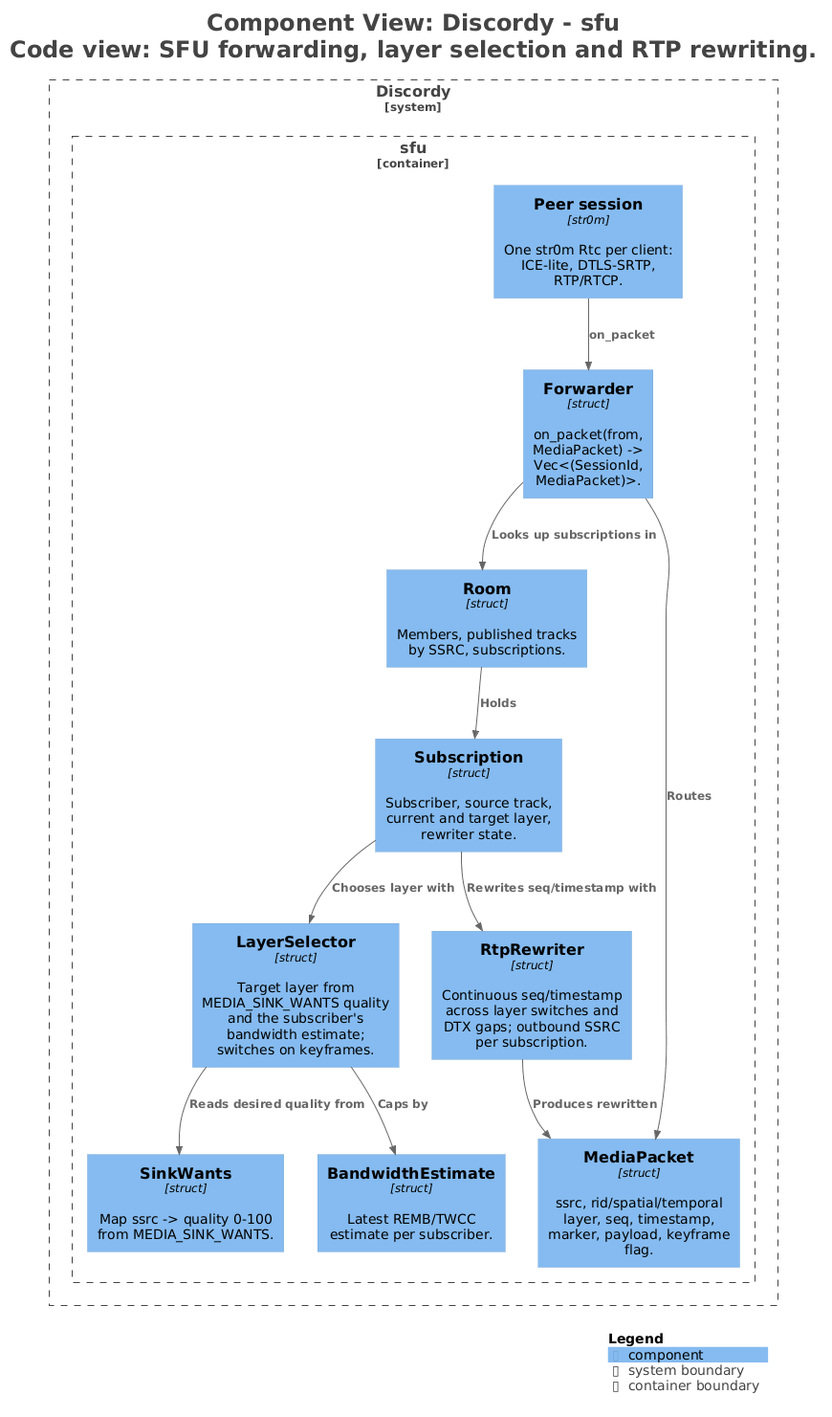
The PlantUML diagram c4/rendered/structurizr-C4-SfuForwarder.png in voics-app/docs, before a commit.
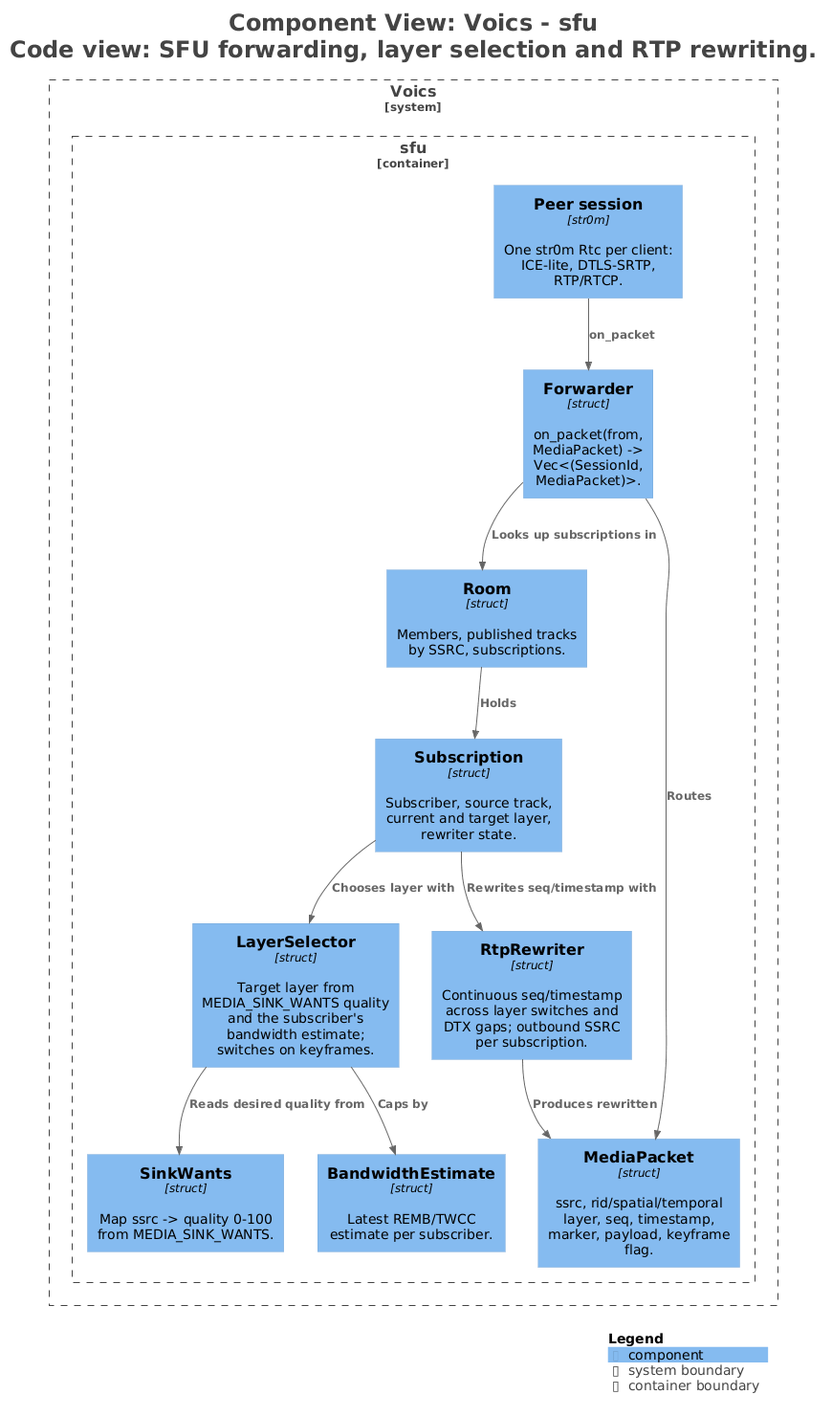
The same diagram one commit later.

The edit, as a diff of the source:
```diff
@@ -1,5 +1,5 @@
 @startuml
-title <size:24>Component View: Discordy - sfu</size>\n<size:24>Code view: SFU forwarding, layer selection and RTP rewriting.</size>
+title <size:24>Component View: Voics - sfu</size>\n<size:24>Code view: SFU forwarding, layer selection and RTP rewriting.</size>
 
 set separator none
 top to bottom direction
@@ -15,30 +15,30 @@
 !include <C4/C4_Context>
 !include <C4/C4_Component>
 
-System_Boundary("Discordy_boundary", "Discordy", $tags="") {
-  Container_Boundary("Discordy.sfu_boundary", "sfu", $tags="") {
-    Component(Discordy.sfu.Peersession, "Peer session", $techn="str0m", $descr="One str0m Rtc per client: ICE-lite, DTLS-SRTP, RTP/RTCP.", $tags="", $link="")
-    Component(Discordy.sfu.Forwarder, "Forwarder", $techn="struct", $descr="on_packet(from, MediaPacket) -> Vec<(SessionId, MediaPacket)>.", $tags="", $link="")
-    Component(Discordy.sfu.Room, "Room", $techn="struct", $descr="Members, published tracks by SSRC, subscriptions.", $tags="", $link="")
-    Component(Discordy.sfu.MediaPacket, "MediaPacket", $techn="struct", $descr="ssrc, rid/spatial/temporal layer, seq, timestamp, marker, payload, keyframe flag.", $tags="", $link="")
-    Component(Discordy.sfu.Subscription, "Subscription", $techn="struct", $descr="Subscriber, source track, current and target layer, rewriter state.", $tags="", $link="")
-    Component(Discordy.sfu.LayerSelector, "LayerSelector", $techn="struct", $descr="Target layer from MEDIA_SINK_WANTS quality and the subscriber's bandwidth estimate; switches on keyframes.", $tags="", $link="")
-    Component(Discordy.sfu.SinkWants, "SinkWants", $techn="struct", $descr="Map ssrc -> quality 0-100 from MEDIA_SINK_WANTS.", $tags="", $link="")
-    Component(Discordy.sfu.BandwidthEstimate, "BandwidthEstimate", $techn="struct", $descr="Latest REMB/TWCC estimate per subscriber.", $tags="", $link="")
-    Component(Discordy.sfu.RtpRewriter, "RtpRewriter", $techn="struct", $descr="Continuous seq/timestamp across layer switches and DTX gaps; outbound SSRC per subscription.", $tags="", $link="")
+System_Boundary("Voics_boundary", "Voics", $tags="") {
+  Container_Boundary("Voics.sfu_boundary", "sfu", $tags="") {
+    Component(Voics.sfu.Peersession, "Peer session", $techn="str0m", $descr="One str0m Rtc per client: ICE-lite, DTLS-SRTP, RTP/RTCP.", $tags="", $link="")
+    Component(Voics.sfu.Forwarder, "Forwarder", $techn="struct", $descr="on_packet(from, MediaPacket) -> Vec<(SessionId, MediaPacket)>.", $tags="", $link="")
+    Component(Voics.sfu.Room, "Room", $techn="struct", $descr="Members, published tracks by SSRC, subscriptions.", $tags="", $link="")
+    Component(Voics.sfu.MediaPacket, "MediaPacket", $techn="struct", $descr="ssrc, rid/spatial/temporal layer, seq, timestamp, marker, payload, keyframe flag.", $tags="", $link="")
+    Component(Voics.sfu.Subscription, "Subscription", $techn="struct", $descr="Subscriber, source track, current and target layer, rewriter state.", $tags="", $link="")
+    Component(Voics.sfu.LayerSelector, "LayerSelector", $techn="struct", $descr="Target layer from MEDIA_SINK_WANTS quality and the subscriber's bandwidth estimate; switches on keyframes.", $tags="", $link="")
+    Component(Voics.sfu.SinkWants, "SinkWants", $techn="struct", $descr="Map ssrc -> quality 0-100 from MEDIA_SINK_WANTS.", $tags="", $link="")
+    Component(Voics.sfu.BandwidthEstimate, "BandwidthEstimate", $techn="struct", $descr="Latest REMB/TWCC estimate per subscriber.", $tags="", $link="")
+    Component(Voics.sfu.RtpRewriter, "RtpRewriter", $techn="struct", $descr="Continuous seq/timestamp across layer switches and DTX gaps; outbound SSRC per subscription.", $tags="", $link="")
   }
 
 }
 
-Rel(Discordy.sfu.Forwarder, Discordy.sfu.Room, "Looks up subscriptions in", $techn="", $tags="", $link="")
-Rel(Discordy.sfu.Forwarder, Discordy.sfu.MediaPacket, "Routes", $techn="", $tags="", $link="")
-Rel(Discordy.sfu.Room, Discordy.sfu.Subscription, "Holds", $techn="", $tags="", $link="")
-Rel(Discordy.sfu.Subscription, Discordy.sfu.LayerSelector, "Chooses layer with", $techn="", $tags="", $link="")
-Rel(Discordy.sfu.Subscription, Discordy.sfu.RtpRewriter, "Rewrites seq/timestamp with", $techn="", $tags="", $link="")
-Rel(Discordy.sfu.LayerSelector, Discordy.sfu.SinkWants, "Reads desired quality from", $techn="", $tags="", $link="")
-Rel(Discordy.sfu.LayerSelector, Discordy.sfu.BandwidthEstimate, "Caps by", $techn="", $tags="", $link="")
-Rel(Discordy.sfu.RtpRewriter, Discordy.sfu.MediaPacket, "Produces rewritten", $techn="", $tags="", $link="")
-Rel(Discordy.sfu.Peersession, Discordy.sfu.Forwarder, "on_packet", $techn="", $tags="", $link="")
+Rel(Voics.sfu.Forwarder, Voics.sfu.Room, "Looks up subscriptions in", $techn="", $tags="", $link="")
+Rel(Voics.sfu.Forwarder, Voics.sfu.MediaPacket, "Routes", $techn="", $tags="", $link="")
+Rel(Voics.sfu.Room, Voics.sfu.Subscription, "Holds", $techn="", $tags="", $link="")
+Rel(Voics.sfu.Subscription, Voics.sfu.LayerSelector, "Chooses layer with", $techn="", $tags="", $link="")
+Rel(Voics.sfu.Subscription, Voics.sfu.RtpRewriter, "Rewrites seq/timestamp with", $techn="", $tags="", $link="")
+Rel(Voics.sfu.LayerSelector, Voics.sfu.SinkWants, "Reads desired quality from", $techn="", $tags="", $link="")
+Rel(Voics.sfu.LayerSelector, Voics.sfu.BandwidthEstimate, "Caps by", $techn="", $tags="", $link="")
+Rel(Voics.sfu.RtpRewriter, Voics.sfu.MediaPacket, "Produces rewritten", $techn="", $tags="", $link="")
+Rel(Voics.sfu.Peersession, Voics.sfu.Forwarder, "on_packet", $techn="", $tags="", $link="")
 
 SHOW_LEGEND(true)
 hide stereotypes
```
